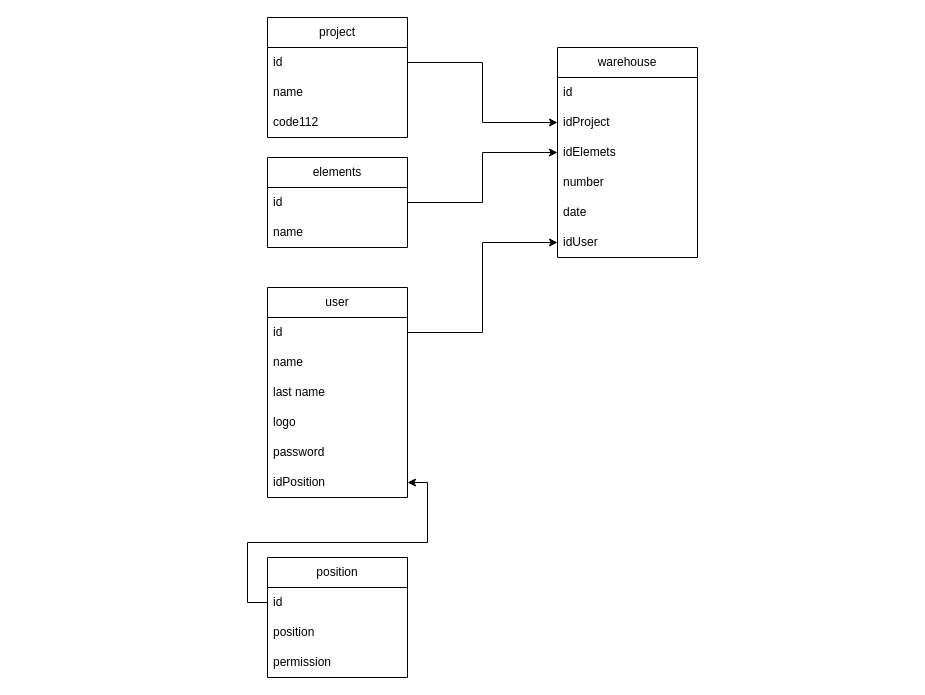
Before: diagram.drawio in tsimar/warehouse, a draw.io diagram. Source tidied: cells renumbered, new cells numbered last; positions are measured from the earlier drawing's top-left corner, leaving out a move shared by most shapes. Both pictures are drawn from the tidied source at 100%, with x=0, y=0 at pixel (267, 17).
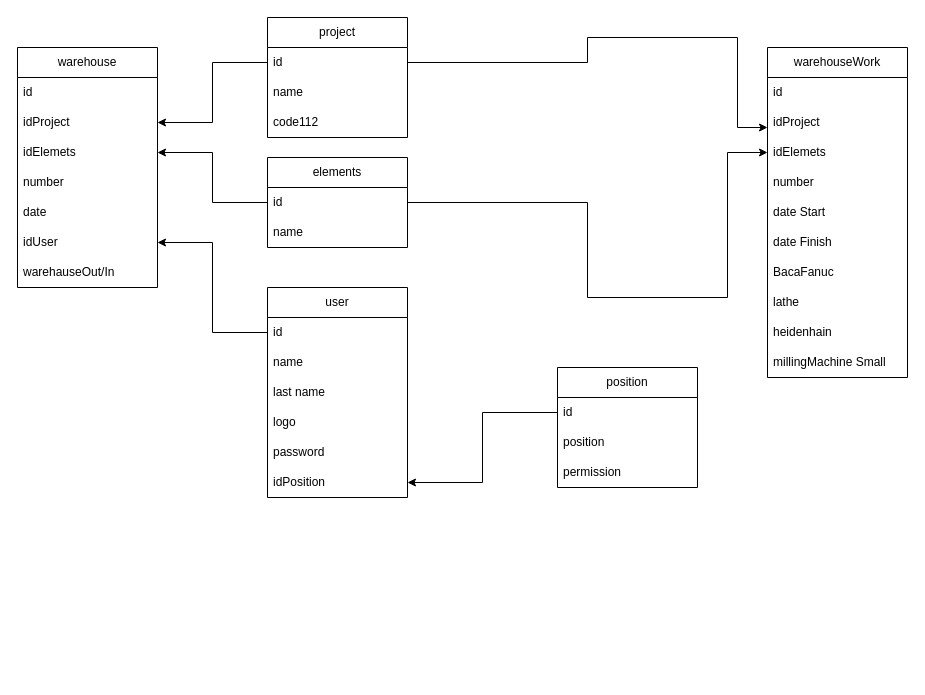
The same diagram, later.

The change refers to these unchanged cells:
```xml
<mxCell id="10" value="id" style="text;strokeColor=none;fillColor=none;align=left;verticalAlign=middle;spacingLeft=4;spacingRight=4;overflow=hidden;points=[[0,0.5],[1,0.5]];portConstraint=eastwest;whiteSpace=wrap;html=1;" parent="9" vertex="1">
  <mxGeometry y="30" width="140" height="30" as="geometry" />
</mxCell>
<mxCell id="17" value="id" style="text;strokeColor=none;fillColor=none;align=left;verticalAlign=middle;spacingLeft=4;spacingRight=4;overflow=hidden;points=[[0,0.5],[1,0.5]];portConstraint=eastwest;whiteSpace=wrap;html=1;" parent="16" vertex="1">
  <mxGeometry y="30" width="140" height="30" as="geometry" />
</mxCell>
```

The edit, as a diff of the source:
```diff
@@
     <mxCell id="12" value="position" style="swimlane;fontStyle=0;horizontal=1;startSize=30;whiteSpace=wrap;html=1;" parent="1" vertex="1">
-      <mxGeometry y="540" width="140" height="120" as="geometry" />
+      <mxGeometry x="290" y="350" width="140" height="120" as="geometry" />
     </mxCell>
@@
     <mxCell id="20" value="warehouse" style="swimlane;fontStyle=0;horizontal=1;startSize=30;whiteSpace=wrap;html=1;" parent="1" vertex="1">
-      <mxGeometry x="290" y="30" width="140" height="210" as="geometry" />
+      <mxGeometry x="-250" y="30" width="140" height="240" as="geometry" />
     </mxCell>
@@
+    <mxCell id="31" value="warehauseOut/In" style="text;strokeColor=none;fillColor=none;align=left;verticalAlign=middle;spacingLeft=4;spacingRight=4;overflow=hidden;whiteSpace=wrap;html=1;" parent="20" vertex="1">
+      <mxGeometry y="210" width="140" height="30" as="geometry" />
+    </mxCell>
@@
+    <mxCell id="32" value="warehouseWork" style="swimlane;fontStyle=0;horizontal=1;startSize=30;whiteSpace=wrap;html=1;" parent="1" vertex="1">
+      <mxGeometry x="500" y="30" width="140" height="330" as="geometry" />
+    </mxCell>
+    <mxCell id="33" value="id" style="text;strokeColor=none;fillColor=none;align=left;verticalAlign=middle;spacingLeft=4;spacingRight=4;overflow=hidden;whiteSpace=wrap;html=1;" parent="32" vertex="1">
+      <mxGeometry y="30" width="140" height="30" as="geometry" />
+    </mxCell>
+    <mxCell id="34" value="idProject" style="text;strokeColor=none;fillColor=none;align=left;verticalAlign=middle;spacingLeft=4;spacingRight=4;overflow=hidden;points=[[0,0.5],[1,0.5]];portConstraint=eastwest;whiteSpace=wrap;html=1;" parent="32" vertex="1">
+      <mxGeometry y="60" width="140" height="30" as="geometry" />
+    </mxCell>
+    <mxCell id="35" value="idElemets" style="text;strokeColor=none;fillColor=none;align=left;verticalAlign=middle;spacingLeft=4;spacingRight=4;overflow=hidden;points=[[0,0.5],[1,0.5]];portConstraint=eastwest;whiteSpace=wrap;html=1;" parent="32" vertex="1">
+      <mxGeometry y="90" width="140" height="30" as="geometry" />
+    </mxCell>
+    <mxCell id="36" value="number" style="text;strokeColor=none;fillColor=none;align=left;verticalAlign=middle;spacingLeft=4;spacingRight=4;overflow=hidden;whiteSpace=wrap;html=1;" parent="32" vertex="1">
+      <mxGeometry y="120" width="140" height="30" as="geometry" />
+    </mxCell>
+    <mxCell id="37" value="date Start" style="text;strokeColor=none;fillColor=none;align=left;verticalAlign=middle;spacingLeft=4;spacingRight=4;overflow=hidden;whiteSpace=wrap;html=1;" parent="32" vertex="1">
+      <mxGeometry y="150" width="140" height="30" as="geometry" />
+    </mxCell>
+    <mxCell id="38" value="date Finish" style="text;strokeColor=none;fillColor=none;align=left;verticalAlign=middle;spacingLeft=4;spacingRight=4;overflow=hidden;whiteSpace=wrap;html=1;" parent="32" vertex="1">
+      <mxGeometry y="180" width="140" height="30" as="geometry" />
+    </mxCell>
+    <mxCell id="39" value="BacaFanuc" style="text;strokeColor=none;fillColor=none;align=left;verticalAlign=middle;spacingLeft=4;spacingRight=4;overflow=hidden;whiteSpace=wrap;html=1;" parent="32" vertex="1">
+      <mxGeometry y="210" width="140" height="30" as="geometry" />
+    </mxCell>
+    <mxCell id="40" value="lathe" style="text;strokeColor=none;fillColor=none;align=left;verticalAlign=middle;spacingLeft=4;spacingRight=4;overflow=hidden;whiteSpace=wrap;html=1;" parent="32" vertex="1">
+      <mxGeometry y="240" width="140" height="30" as="geometry" />
+    </mxCell>
+    <mxCell id="41" value="heidenhain" style="text;strokeColor=none;fillColor=none;align=left;verticalAlign=middle;spacingLeft=4;spacingRight=4;overflow=hidden;whiteSpace=wrap;html=1;" parent="32" vertex="1">
+      <mxGeometry y="270" width="140" height="30" as="geometry" />
+    </mxCell>
+    <mxCell id="42" value="millingMachine Small" style="text;strokeColor=none;fillColor=none;align=left;verticalAlign=middle;spacingLeft=4;spacingRight=4;overflow=hidden;whiteSpace=wrap;html=1;" parent="32" vertex="1">
+      <mxGeometry y="300" width="140" height="30" as="geometry" />
+    </mxCell>
+    <mxCell id="43" style="edgeStyle=orthogonalEdgeStyle;rounded=0;jettySize=auto;html=1;" parent="1" edge="1" source="17" target="34">
+      <mxGeometry relative="1" as="geometry">
+        <Array as="points">
+          <mxPoint x="320" y="45" />
+          <mxPoint x="320" y="20" />
+          <mxPoint x="470" y="20" />
+          <mxPoint x="470" y="110" />
+        </Array>
+      </mxGeometry>
+    </mxCell>
+    <mxCell id="44" style="edgeStyle=orthogonalEdgeStyle;rounded=0;jettySize=auto;html=1;" parent="1" edge="1" source="10" target="35">
+      <mxGeometry relative="1" as="geometry">
+        <Array as="points">
+          <mxPoint x="320" y="185" />
+          <mxPoint x="320" y="280" />
+          <mxPoint x="460" y="280" />
+          <mxPoint x="460" y="135" />
+        </Array>
+      </mxGeometry>
+    </mxCell>
```
